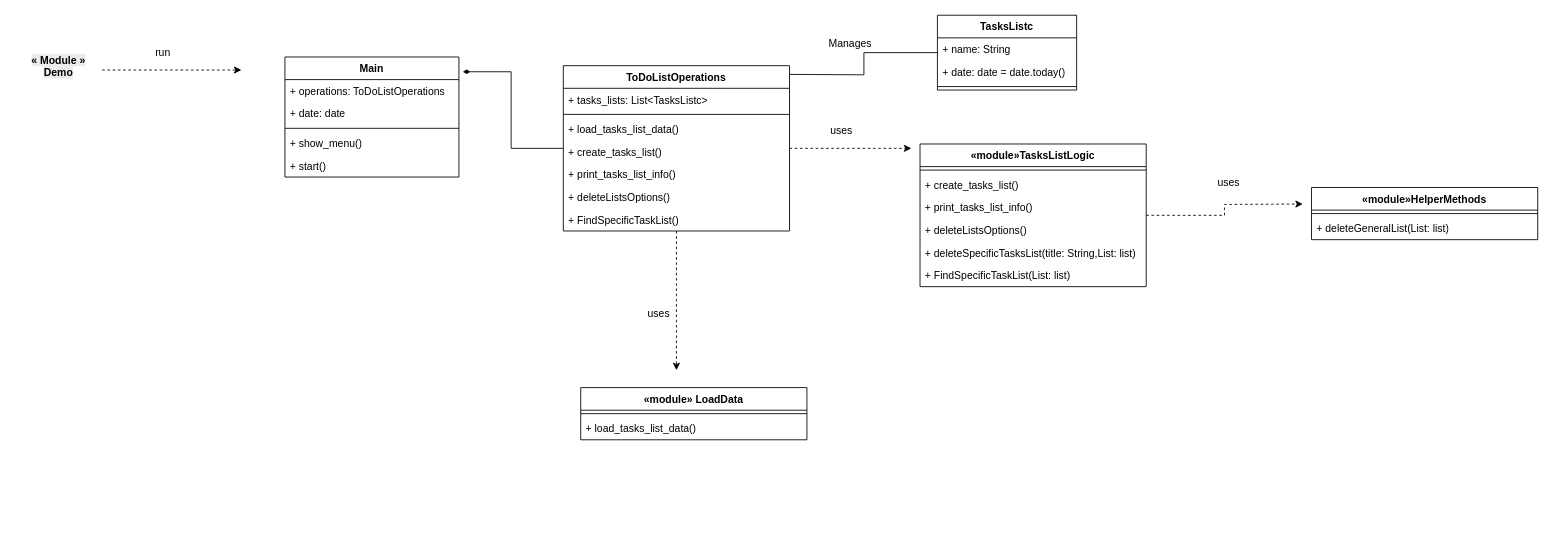
Before: page "UML Class Diagram" (6 of 6) of ToDoList App.drawio in AbdallahDaradkeh-1/ToDoList-App, a draw.io diagram. Source tidied: cells renumbered, new cells numbered last; positions are measured from the earlier drawing's top-left corner, leaving out a move shared by most shapes. Both pictures are drawn from the tidied source at 87%, with x=0, y=0 at pixel (15, 15).
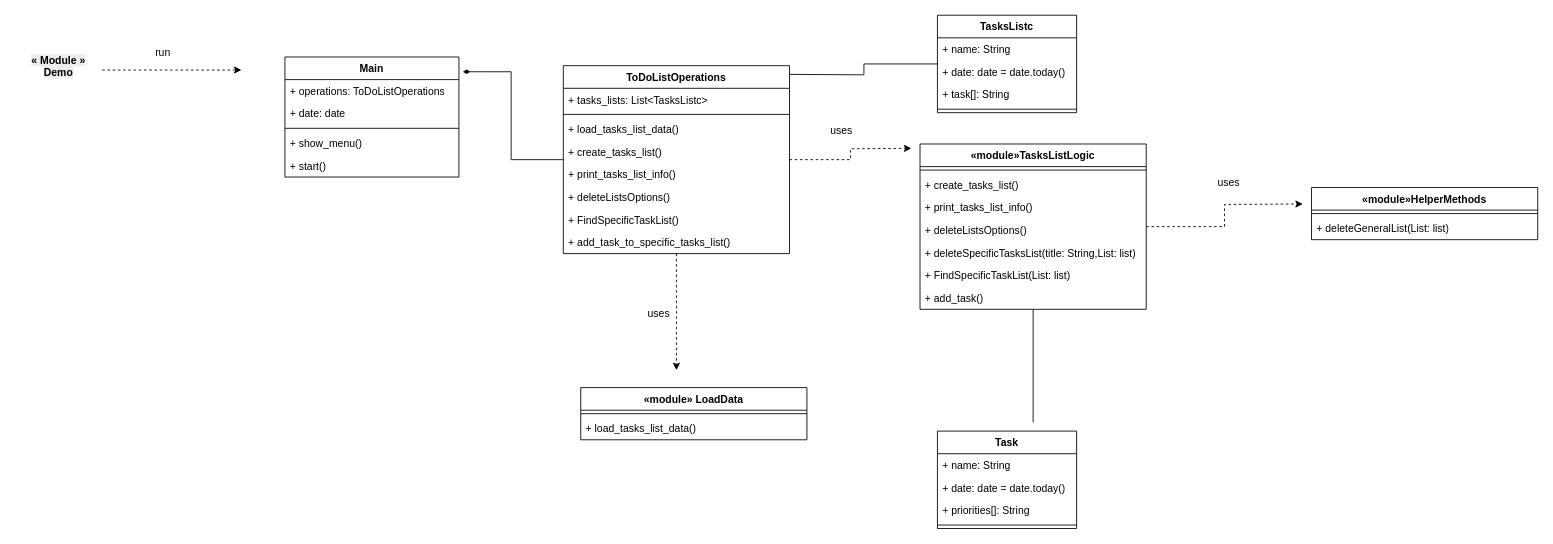
The same page after the edit.

Change to the diagram source:
```diff
@@
     <mxCell id="4" value="&lt;span style=&quot;&quot;&gt;ToDoListOperations&lt;/span&gt;" style="swimlane;fontStyle=1;align=center;verticalAlign=top;horizontal=1;startSize=26;whiteSpace=wrap;html=1;" parent="1" vertex="1">
-      <mxGeometry x="630" y="58" width="260" height="190" as="geometry" />
+      <mxGeometry x="630" y="58" width="260" height="216" as="geometry" />
     </mxCell>
@@
+    <mxCell id="45" value="+ add_task_to_specific_tasks_list()" style="text;strokeColor=none;fillColor=none;align=left;verticalAlign=top;spacingLeft=4;spacingRight=4;overflow=hidden;whiteSpace=wrap;html=1;" parent="4" vertex="1">
+      <mxGeometry y="190" width="260" height="26" as="geometry" />
+    </mxCell>
     <mxCell id="12" value="TasksListc" style="swimlane;fontStyle=1;align=center;verticalAlign=top;horizontal=1;startSize=26;whiteSpace=wrap;html=1;" parent="1" vertex="1">
-      <mxGeometry x="1060" width="160" height="86" as="geometry" />
+      <mxGeometry x="1060" width="160" height="112" as="geometry" />
     </mxCell>
@@
+    <mxCell id="46" value="+ task[]: String" style="text;strokeColor=none;fillColor=none;align=left;verticalAlign=top;spacingLeft=4;spacingRight=4;overflow=hidden;whiteSpace=wrap;html=1;" parent="12" vertex="1">
+      <mxGeometry y="78" width="160" height="26" as="geometry" />
+    </mxCell>
     <mxCell id="15" style="line;strokeWidth=1;fillColor=none;align=left;verticalAlign=middle;spacingTop=-1;spacingLeft=3;spacingRight=3;labelPosition=right;strokeColor=inherit;" parent="12" vertex="1">
-      <mxGeometry y="78" width="160" height="8" as="geometry" />
+      <mxGeometry y="104" width="160" height="8" as="geometry" />
     </mxCell>
@@
-    <mxCell id="17" value="Manages" style="text;html=1;whiteSpace=wrap;strokeColor=none;fillColor=none;align=center;verticalAlign=middle;rounded=0;" parent="1" vertex="1">
-      <mxGeometry x="930" y="18" width="60" height="30" as="geometry" />
-    </mxCell>
@@
+    <mxCell id="47" style="edgeStyle=orthogonalEdgeStyle;rounded=0;jettySize=auto;html=1;endArrow=none;endFill=0;" parent="1" edge="1" source="29">
+      <mxGeometry relative="1" as="geometry">
+        <mxPoint x="1170" y="468" as="targetPoint" />
+      </mxGeometry>
+    </mxCell>
     <mxCell id="29" value="&lt;span style=&quot;&quot;&gt;«module»TasksListLogic&lt;/span&gt;" style="swimlane;fontStyle=1;align=center;verticalAlign=top;horizontal=1;startSize=26;whiteSpace=wrap;html=1;" parent="1" vertex="1">
-      <mxGeometry x="1040" y="148" width="260" height="164" as="geometry" />
+      <mxGeometry x="1040" y="148" width="260" height="190" as="geometry" />
     </mxCell>
@@
+    <mxCell id="48" value="+ add_task()" style="text;strokeColor=none;fillColor=none;align=left;verticalAlign=top;spacingLeft=4;spacingRight=4;overflow=hidden;whiteSpace=wrap;html=1;" parent="29" vertex="1">
+      <mxGeometry y="164" width="260" height="26" as="geometry" />
+    </mxCell>
@@
+    <mxCell id="49" value="Task" style="swimlane;fontStyle=1;align=center;verticalAlign=top;horizontal=1;startSize=26;whiteSpace=wrap;html=1;" parent="1" vertex="1">
+      <mxGeometry x="1060" y="478" width="160" height="112" as="geometry" />
+    </mxCell>
+    <mxCell id="50" value="+ name: String" style="text;strokeColor=none;fillColor=none;align=left;verticalAlign=top;spacingLeft=4;spacingRight=4;overflow=hidden;whiteSpace=wrap;html=1;" parent="49" vertex="1">
+      <mxGeometry y="26" width="160" height="26" as="geometry" />
+    </mxCell>
+    <mxCell id="51" value="+ date: date = date.today()" style="text;strokeColor=none;fillColor=none;align=left;verticalAlign=top;spacingLeft=4;spacingRight=4;overflow=hidden;whiteSpace=wrap;html=1;" parent="49" vertex="1">
+      <mxGeometry y="52" width="160" height="26" as="geometry" />
+    </mxCell>
+    <mxCell id="52" value="+ priorities[]: String" style="text;strokeColor=none;fillColor=none;align=left;verticalAlign=top;spacingLeft=4;spacingRight=4;overflow=hidden;whiteSpace=wrap;html=1;" parent="49" vertex="1">
+      <mxGeometry y="78" width="160" height="26" as="geometry" />
+    </mxCell>
+    <mxCell id="53" style="line;strokeWidth=1;fillColor=none;align=left;verticalAlign=middle;spacingTop=-1;spacingLeft=3;spacingRight=3;labelPosition=right;strokeColor=inherit;" parent="49" vertex="1">
+      <mxGeometry y="104" width="160" height="8" as="geometry" />
+    </mxCell>
```
